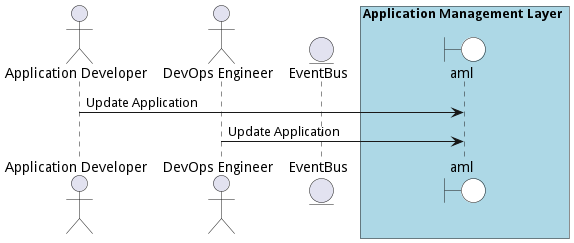
Earlier version of the PlantUML export docs/edgemere/aml/usecases/manageapplications/UpdateApplication.png (madajaju/edgemere). The source it was exported from:
```plantuml
@startuml

actor "Application Developer"

actor "DevOps Engineer"


entity EventBus

box Application Management Layer #lightblue
    boundary aml #white
end box



"Application Developer" -> aml: Update Application


"DevOps Engineer" -> aml: Update Application



@enduml
```
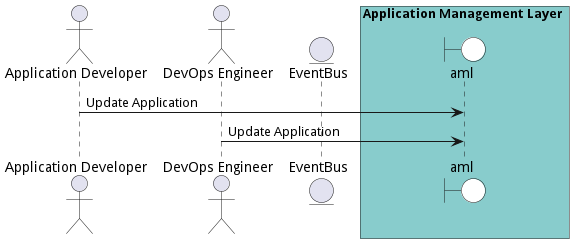
Later version of the same file.

Change to the diagram source:
```diff
@@ -7,7 +7,7 @@
 
 entity EventBus
 
-box Application Management Layer #lightblue
+box Application Management Layer #88cccc
     boundary aml #white
 end box
 
```
